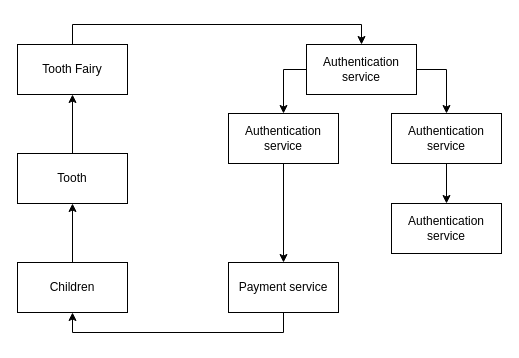
CBeredIOk/drawio keeps this draw.io diagram as .drawio. Above is the earlier version. Source tidied: cells renumbered, new cells numbered last; positions are measured from the earlier drawing's top-left corner, leaving out a move shared by most shapes. Both pictures are drawn from the tidied source at 100%, with x=0, y=0 at pixel (17, 44).
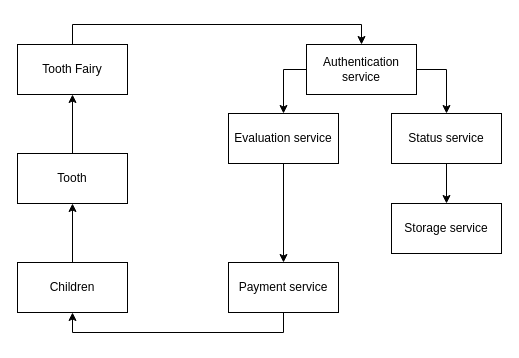
Above is the later version.

The edit, as a diff of the source:
```diff
@@
 <mxGraphModel>
   <root>
     <mxCell id="0" />
     <mxCell id="1" parent="0" />
     <mxCell id="2" style="edgeStyle=orthogonalEdgeStyle;rounded=0;jettySize=auto;html=1;exitX=0.5;exitY=0;exitDx=0;exitDy=0;entryX=0.5;entryY=0;entryDx=0;entryDy=0;" parent="1" edge="1" source="3" target="10">
       <mxGeometry relative="1" as="geometry" />
     </mxCell>
     <mxCell id="3" value="Tooth Fairy" style="html=1;whiteSpace=wrap;" parent="1" vertex="1">
       <mxGeometry width="110" height="50" as="geometry" />
     </mxCell>
     <mxCell id="4" style="edgeStyle=orthogonalEdgeStyle;rounded=0;jettySize=auto;html=1;exitX=0.5;exitY=0;exitDx=0;exitDy=0;entryX=0.5;entryY=1;entryDx=0;entryDy=0;" parent="1" edge="1" source="5" target="7">
       <mxGeometry relative="1" as="geometry" />
     </mxCell>
     <mxCell id="5" value="Children" style="html=1;whiteSpace=wrap;" parent="1" vertex="1">
       <mxGeometry y="218" width="110" height="50" as="geometry" />
     </mxCell>
     <mxCell id="6" style="edgeStyle=orthogonalEdgeStyle;rounded=0;jettySize=auto;html=1;exitX=0.5;exitY=0;exitDx=0;exitDy=0;entryX=0.5;entryY=1;entryDx=0;entryDy=0;" parent="1" edge="1" source="7" target="3">
       <mxGeometry relative="1" as="geometry" />
     </mxCell>
     <mxCell id="7" value="Tooth" style="html=1;whiteSpace=wrap;" parent="1" vertex="1">
       <mxGeometry y="109" width="110" height="50" as="geometry" />
     </mxCell>
     <mxCell id="8" style="edgeStyle=orthogonalEdgeStyle;rounded=0;jettySize=auto;html=1;exitX=0;exitY=0.5;exitDx=0;exitDy=0;entryX=0.5;entryY=0;entryDx=0;entryDy=0;" parent="1" edge="1" source="10" target="14">
       <mxGeometry relative="1" as="geometry" />
     </mxCell>
     <mxCell id="9" style="edgeStyle=orthogonalEdgeStyle;rounded=0;jettySize=auto;html=1;exitX=1;exitY=0.5;exitDx=0;exitDy=0;entryX=0.5;entryY=0;entryDx=0;entryDy=0;" parent="1" edge="1" source="10" target="16">
       <mxGeometry relative="1" as="geometry" />
     </mxCell>
     <mxCell id="10" value="Authentication service" style="html=1;whiteSpace=wrap;" parent="1" vertex="1">
       <mxGeometry x="289" width="110" height="50" as="geometry" />
     </mxCell>
     <mxCell id="11" style="edgeStyle=orthogonalEdgeStyle;rounded=0;jettySize=auto;html=1;exitX=0.5;exitY=1;exitDx=0;exitDy=0;entryX=0.5;entryY=1;entryDx=0;entryDy=0;" parent="1" edge="1" source="12" target="5">
       <mxGeometry relative="1" as="geometry" />
     </mxCell>
     <mxCell id="12" value="Payment service" style="html=1;whiteSpace=wrap;" parent="1" vertex="1">
       <mxGeometry x="211" y="218" width="110" height="50" as="geometry" />
     </mxCell>
     <mxCell id="13" style="edgeStyle=orthogonalEdgeStyle;rounded=0;jettySize=auto;html=1;exitX=0.5;exitY=1;exitDx=0;exitDy=0;entryX=0.5;entryY=0;entryDx=0;entryDy=0;" parent="1" edge="1" source="14" target="12">
       <mxGeometry relative="1" as="geometry" />
     </mxCell>
-    <mxCell id="14" value="Authentication service" style="html=1;whiteSpace=wrap;" parent="1" vertex="1">
+    <mxCell id="14" value="Evaluation service" style="html=1;whiteSpace=wrap;" parent="1" vertex="1">
       <mxGeometry x="211" y="69" width="110" height="50" as="geometry" />
     </mxCell>
     <mxCell id="15" style="edgeStyle=orthogonalEdgeStyle;rounded=0;jettySize=auto;html=1;exitX=0.5;exitY=1;exitDx=0;exitDy=0;entryX=0.5;entryY=0;entryDx=0;entryDy=0;" parent="1" edge="1" source="16" target="17">
       <mxGeometry relative="1" as="geometry" />
     </mxCell>
-    <mxCell id="16" value="Authentication service" style="html=1;whiteSpace=wrap;" parent="1" vertex="1">
+    <mxCell id="16" value="Status service" style="html=1;whiteSpace=wrap;" parent="1" vertex="1">
       <mxGeometry x="374" y="69" width="110" height="50" as="geometry" />
     </mxCell>
-    <mxCell id="17" value="Authentication service" style="html=1;whiteSpace=wrap;" parent="1" vertex="1">
+    <mxCell id="17" value="Storage service" style="html=1;whiteSpace=wrap;" parent="1" vertex="1">
       <mxGeometry x="374" y="159" width="110" height="50" as="geometry" />
     </mxCell>
   </root>
 </mxGraphModel>
```
